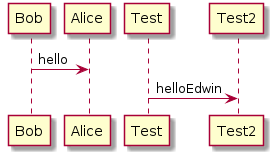
The PlantUML diagram first.png in falarcond/plantuml, before a commit.
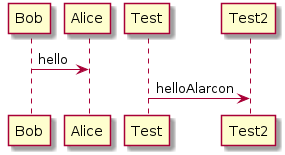
After the change.

Commit message:
deploy: 25d758b08d7a80cef43db9715a557301b40d871e

The edit, as a diff of the source:
```diff
@@ -1,4 +1,4 @@
 @startuml
 Bob -> Alice : hello
-Test -> Test2 : helloEdwin
+Test -> Test2 : helloAlarcon
 @enduml
```
